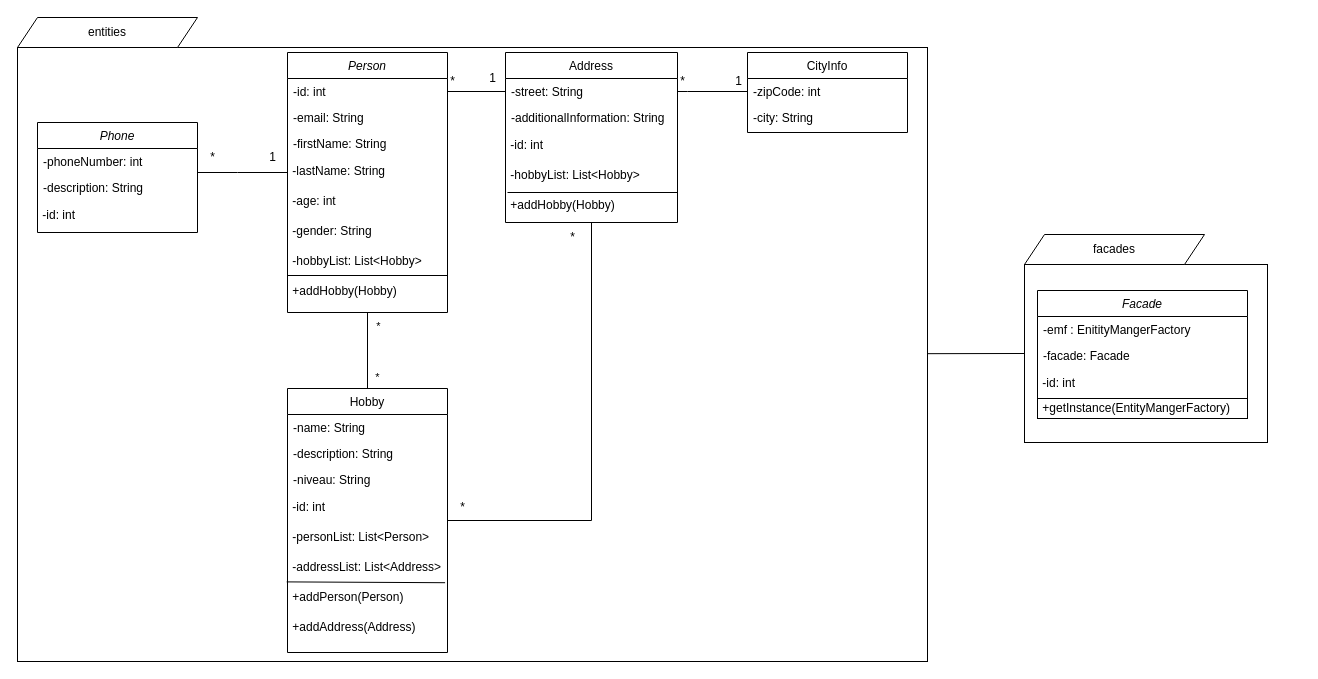
nk11-dat/CA-1 keeps this draw.io diagram as src/main/resources/Klasse_diagram.drawio. Above is the earlier version. Source tidied: cells renumbered, new cells numbered last; positions are measured from the earlier drawing's top-left corner, leaving out a move shared by most shapes. Both pictures are drawn from the tidied source at 100%, with x=0, y=0 at pixel (17, 17).
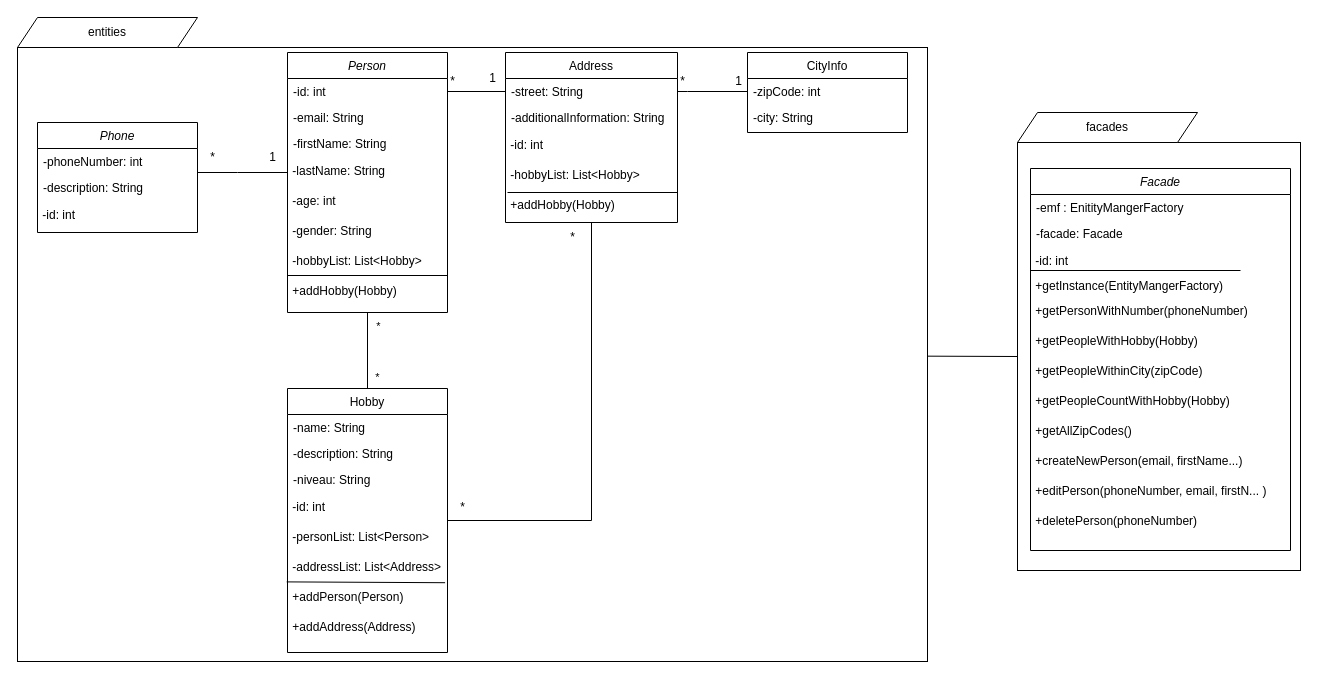
The same page after the edit.

Change to the diagram source:
```diff
@@
     <mxCell id="2" style="rounded=0;whiteSpace=wrap;html=1;" parent="1" vertex="1">
-      <mxGeometry x="1007" y="247" width="243" height="178" as="geometry" />
+      <mxGeometry x="1000" y="125" width="283" height="428" as="geometry" />
     </mxCell>
     <mxCell id="3" value="facades" style="shape=parallelogram;perimeter=parallelogramPerimeter;whiteSpace=wrap;html=1;fixedSize=1;" parent="1" vertex="1">
-      <mxGeometry x="1007" y="217" width="180" height="30" as="geometry" />
+      <mxGeometry x="1000" y="95" width="180" height="30" as="geometry" />
     </mxCell>
@@
     <mxCell id="53" value="Facade" style="swimlane;fontStyle=2;align=center;verticalAlign=top;horizontal=1;startSize=26;rounded=0;shadow=0;strokeWidth=1;" parent="1" vertex="1">
-      <mxGeometry x="1020" y="273" width="210" height="128" as="geometry" />
+      <mxGeometry x="1013" y="151" width="260" height="382" as="geometry" />
     </mxCell>
     <mxCell id="54" value="-emf : EnitityMangerFactory" style="text;align=left;verticalAlign=top;spacingLeft=4;spacingRight=4;overflow=hidden;" parent="53" vertex="1">
-      <mxGeometry y="26" width="210" height="26" as="geometry" />
+      <mxGeometry y="26" width="260" height="26" as="geometry" />
     </mxCell>
     <mxCell id="55" value="-facade: Facade" style="text;align=left;verticalAlign=top;spacingLeft=4;spacingRight=4;overflow=hidden;rounded=0;shadow=0;html=0;" parent="53" vertex="1">
-      <mxGeometry y="52" width="210" height="26" as="geometry" />
+      <mxGeometry y="52" width="260" height="26" as="geometry" />
     </mxCell>
     <mxCell id="56" value="&amp;nbsp;-id: int" style="text;html=1;align=left;verticalAlign=middle;strokeColor=none;fillColor=none;" parent="53" vertex="1">
-      <mxGeometry y="78" width="210" height="30" as="geometry" />
+      <mxGeometry y="78" width="260" height="30" as="geometry" />
     </mxCell>
-    <mxCell id="57" value="&amp;nbsp;+getInstance(EntityMangerFactory)" style="text;html=1;align=left;verticalAlign=middle;strokeColor=default;fillColor=none;" parent="53" vertex="1">
-      <mxGeometry y="108" width="210" height="20" as="geometry" />
+    <mxCell id="57" value="&amp;nbsp;+getInstance(EntityMangerFactory)" style="text;html=1;align=left;verticalAlign=middle;strokeColor=none;fillColor=none;" parent="53" vertex="1">
+      <mxGeometry y="108" width="260" height="20" as="geometry" />
     </mxCell>
+    <mxCell id="60" value="&amp;nbsp;+getPersonWithNumber(phoneNumber)" style="text;html=1;align=left;verticalAlign=middle;strokeColor=none;fillColor=none;" parent="53" vertex="1">
+      <mxGeometry y="128" width="260" height="30" as="geometry" />
+    </mxCell>
+    <mxCell id="61" value="&amp;nbsp;+getPeopleWithHobby(Hobby)" style="text;html=1;align=left;verticalAlign=middle;strokeColor=none;fillColor=none;" parent="53" vertex="1">
+      <mxGeometry y="158" width="260" height="30" as="geometry" />
+    </mxCell>
+    <mxCell id="62" value="&amp;nbsp;+getPeopleWithinCity(zipCode)" style="text;html=1;align=left;verticalAlign=middle;strokeColor=none;fillColor=none;" parent="53" vertex="1">
+      <mxGeometry y="188" width="260" height="30" as="geometry" />
+    </mxCell>
+    <mxCell id="63" value="&amp;nbsp;+getPeopleCountWithHobby(Hobby)" style="text;html=1;align=left;verticalAlign=middle;strokeColor=none;fillColor=none;" parent="53" vertex="1">
+      <mxGeometry y="218" width="260" height="30" as="geometry" />
+    </mxCell>
+    <mxCell id="64" value="&amp;nbsp;+getAllZipCodes()" style="text;html=1;align=left;verticalAlign=middle;strokeColor=none;fillColor=none;" parent="53" vertex="1">
+      <mxGeometry y="248" width="260" height="30" as="geometry" />
+    </mxCell>
+    <mxCell id="65" value="&amp;nbsp;+createNewPerson(email, firstName...)" style="text;html=1;align=left;verticalAlign=middle;strokeColor=none;fillColor=none;" parent="53" vertex="1">
+      <mxGeometry y="278" width="260" height="30" as="geometry" />
+    </mxCell>
+    <mxCell id="66" value="&amp;nbsp;+editPerson(phoneNumber, email, firstN... )" style="text;html=1;align=left;verticalAlign=middle;strokeColor=none;fillColor=none;" parent="53" vertex="1">
+      <mxGeometry y="308" width="260" height="30" as="geometry" />
+    </mxCell>
+    <mxCell id="67" value="&amp;nbsp;+deletePerson(phoneNumber)" style="text;html=1;align=left;verticalAlign=middle;strokeColor=none;fillColor=none;" parent="53" vertex="1">
+      <mxGeometry y="338" width="260" height="30" as="geometry" />
+    </mxCell>
@@
+    <mxCell id="68" style="endArrow=none;html=1;rounded=0;" parent="1" edge="1">
+      <mxGeometry relative="1" as="geometry">
+        <mxPoint x="1013" y="253" as="sourcePoint" />
+        <mxPoint x="1223" y="253" as="targetPoint" />
+      </mxGeometry>
+    </mxCell>
```
